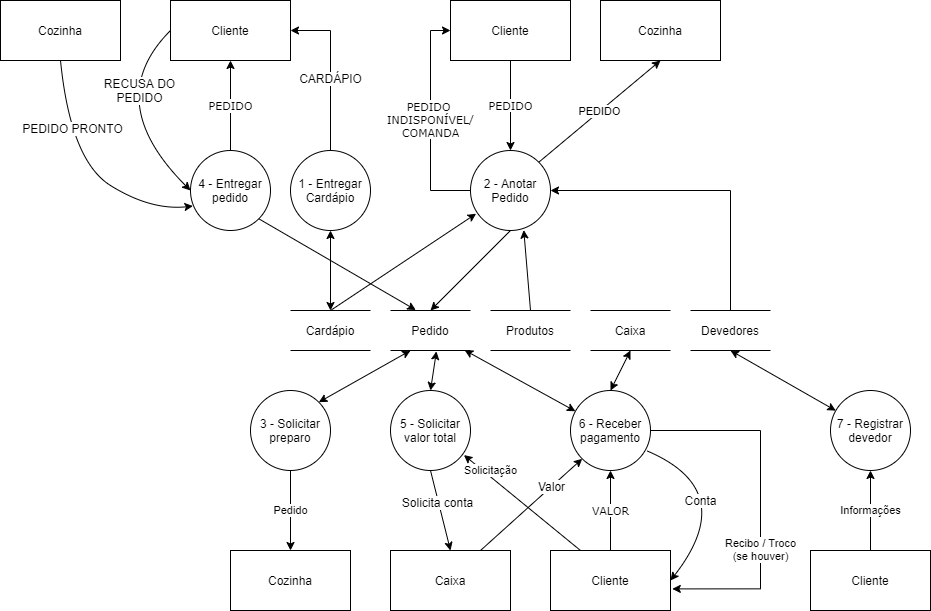
Above: docs/ARTEFATOS(15-23)/ATENDER_CLIENTE/DFD_ATENDER_CLIENTE.png in Darienzo08/ope_ads (draw.io), before the change. Source tidied: cells renumbered, new cells last; positions are measured from the earlier drawing's top-left corner, leaving out a move shared by most shapes.
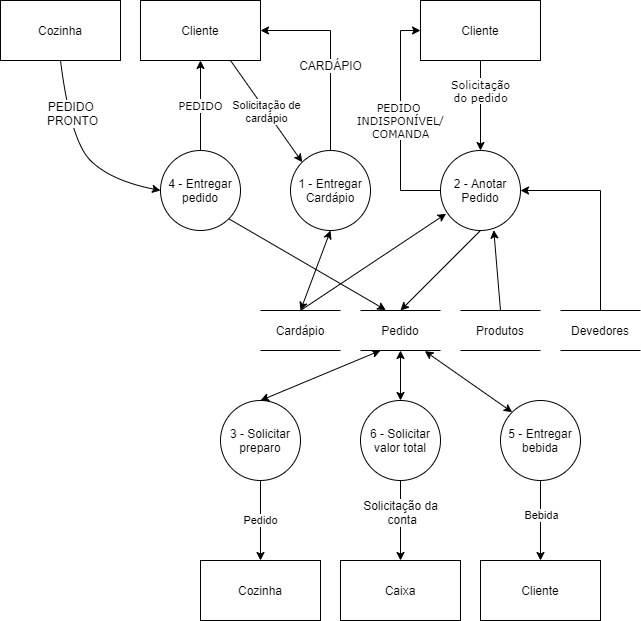
Later version of the same file.

The edit, as a diff of the source:
```diff
@@ -2,217 +2,150 @@
   <root>
     <mxCell id="0" />
     <mxCell id="1" parent="0" />
-    <mxCell id="2" style="edgeStyle=orthogonalEdgeStyle;rounded=0;jettySize=auto;html=1;entryX=0.5;entryY=1;entryDx=0;entryDy=0;startArrow=classic;startFill=1;" parent="1" edge="1" target="22">
-      <mxGeometry relative="1" as="geometry">
-        <mxPoint x="330" y="310" as="sourcePoint" />
-      </mxGeometry>
-    </mxCell>
-    <mxCell id="3" value="PEDIDO" style="edgeStyle=orthogonalEdgeStyle;rounded=0;jettySize=auto;html=1;entryX=0.5;entryY=0;entryDx=0;entryDy=0;fontFamily=Verdana;" parent="1" edge="1" source="4" target="6">
-      <mxGeometry relative="1" as="geometry" />
+    <mxCell id="3" value="Solicitação&lt;br&gt;do pedido" style="edgeStyle=orthogonalEdgeStyle;rounded=0;jettySize=auto;html=1;entryX=0.5;entryY=0;entryDx=0;entryDy=0;fontFamily=Verdana;" parent="1" edge="1" source="4" target="6">
+      <mxGeometry x="-0.33" relative="1" as="geometry" />
     </mxCell>
     <mxCell id="4" value="Cliente" style="rounded=0;whiteSpace=wrap;html=1;" parent="1" vertex="1">
-      <mxGeometry x="450" width="120" height="60" as="geometry" />
+      <mxGeometry x="440" width="120" height="60" as="geometry" />
     </mxCell>
     <mxCell id="5" value="&lt;div&gt;PEDIDO &lt;br&gt;&lt;/div&gt;&lt;div&gt;INDISPONÍVEL/&lt;/div&gt;&lt;div&gt;COMANDA&lt;br&gt;&lt;/div&gt;" style="edgeStyle=orthogonalEdgeStyle;rounded=0;jettySize=auto;html=1;entryX=0;entryY=0.5;entryDx=0;entryDy=0;fontColor=#000000;fontFamily=Verdana;" parent="1" edge="1" source="6" target="4">
       <mxGeometry relative="1" as="geometry">
         <Array as="points">
-          <mxPoint x="430" y="190" />
-          <mxPoint x="430" y="30" />
+          <mxPoint x="420" y="190" />
+          <mxPoint x="420" y="30" />
         </Array>
       </mxGeometry>
     </mxCell>
     <mxCell id="6" value="2 - Anotar Pedido" style="ellipse;whiteSpace=wrap;html=1;" parent="1" vertex="1">
-      <mxGeometry x="470" y="150" width="80" height="80" as="geometry" />
+      <mxGeometry x="460" y="150" width="80" height="80" as="geometry" />
     </mxCell>
     <mxCell id="7" style="endArrow=classic;html=1;entryX=0.07;entryY=0.79;entryDx=0;entryDy=0;entryPerimeter=0;" parent="1" edge="1" target="6">
       <mxGeometry relative="1" as="geometry">
-        <mxPoint x="330" y="310" as="sourcePoint" />
+        <mxPoint x="320" y="310" as="sourcePoint" />
       </mxGeometry>
     </mxCell>
     <mxCell id="8" value="&lt;font face=&quot;Verdana&quot;&gt;PEDIDO&lt;/font&gt;" style="edgeStyle=orthogonalEdgeStyle;rounded=0;jettySize=auto;html=1;entryX=0.5;entryY=1;entryDx=0;entryDy=0;" parent="1" edge="1" source="9" target="10">
       <mxGeometry relative="1" as="geometry" />
     </mxCell>
     <mxCell id="9" value="4 - Entregar pedido" style="ellipse;whiteSpace=wrap;html=1;" parent="1" vertex="1">
-      <mxGeometry x="190" y="150" width="80" height="80" as="geometry" />
+      <mxGeometry x="180" y="150" width="80" height="80" as="geometry" />
     </mxCell>
     <mxCell id="10" value="Cliente" style="rounded=0;whiteSpace=wrap;html=1;" parent="1" vertex="1">
-      <mxGeometry x="170" width="120" height="60" as="geometry" />
+      <mxGeometry x="160" width="120" height="60" as="geometry" />
     </mxCell>
-    <mxCell id="11" value="VALOR" style="edgeStyle=orthogonalEdgeStyle;rounded=0;jettySize=auto;html=1;entryX=0.5;entryY=1;entryDx=0;entryDy=0;fontFamily=Verdana;" parent="1" edge="1" source="12" target="14">
-      <mxGeometry relative="1" as="geometry" />
-    </mxCell>
-    <mxCell id="12" value="Cliente" style="rounded=0;whiteSpace=wrap;html=1;" parent="1" vertex="1">
-      <mxGeometry x="550" y="550" width="120" height="60" as="geometry" />
-    </mxCell>
-    <mxCell id="13" value="Recibo / Troco&lt;br&gt;(se houver)" style="edgeStyle=orthogonalEdgeStyle;rounded=0;jettySize=auto;html=1;entryX=1.015;entryY=0.64;entryDx=0;entryDy=0;entryPerimeter=0;" parent="1" edge="1" source="14" target="12">
-      <mxGeometry x="0.29" relative="1" as="geometry">
-        <Array as="points">
-          <mxPoint x="760" y="430" />
-          <mxPoint x="760" y="588" />
-        </Array>
-      </mxGeometry>
-    </mxCell>
-    <mxCell id="14" value="&lt;div&gt;6 - Receber&lt;/div&gt;&lt;div&gt;pagamento&lt;br&gt;&lt;/div&gt;" style="ellipse;whiteSpace=wrap;html=1;" parent="1" vertex="1">
-      <mxGeometry x="570" y="390" width="80" height="80" as="geometry" />
-    </mxCell>
-    <mxCell id="15" style="endArrow=classic;html=1;exitX=0.926;exitY=0.991;exitDx=0;exitDy=0;exitPerimeter=0;startArrow=classic;startFill=1;" parent="1" edge="1" target="14">
-      <mxGeometry relative="1" as="geometry">
-        <mxPoint x="464.1" y="349.6" as="sourcePoint" />
-      </mxGeometry>
-    </mxCell>
     <mxCell id="16" style="endArrow=classic;html=1;fontFamily=Verdana;fontColor=#000000;exitX=0.5;exitY=1;exitDx=0;exitDy=0;entryX=0.5;entryY=0;entryDx=0;entryDy=0;" parent="1" edge="1" source="6">
       <mxGeometry relative="1" as="geometry">
-        <mxPoint x="430" y="310" as="targetPoint" />
+        <mxPoint x="420" y="310" as="targetPoint" />
       </mxGeometry>
     </mxCell>
     <mxCell id="17" style="endArrow=classic;html=1;fontFamily=Verdana;fontColor=#000000;entryX=0.666;entryY=0.995;entryDx=0;entryDy=0;entryPerimeter=0;" parent="1" edge="1" target="6">
       <mxGeometry relative="1" as="geometry">
-        <mxPoint x="530" y="310" as="sourcePoint" />
+        <mxPoint x="520" y="310" as="sourcePoint" />
       </mxGeometry>
     </mxCell>
-    <mxCell id="18" style="edgeStyle=orthogonalEdgeStyle;rounded=0;jettySize=auto;html=1;entryX=1;entryY=0.5;entryDx=0;entryDy=0;" parent="1" edge="1" target="6">
+    <mxCell id="18" style="edgeStyle=orthogonalEdgeStyle;rounded=0;jettySize=auto;html=1;entryX=1;entryY=0.5;entryDx=0;entryDy=0;exitX=0.5;exitY=0;exitDx=0;exitDy=0;" parent="1" edge="1" source="54" target="6">
       <mxGeometry relative="1" as="geometry">
-        <mxPoint x="730" y="310" as="sourcePoint" />
         <Array as="points">
-          <mxPoint x="730" y="190" />
+          <mxPoint x="620" y="190" />
         </Array>
       </mxGeometry>
     </mxCell>
-    <mxCell id="19" style="endArrow=classic;html=1;exitX=0.5;exitY=0;exitDx=0;exitDy=0;startArrow=classic;startFill=1;" parent="1" edge="1" source="14">
-      <mxGeometry relative="1" as="geometry">
-        <mxPoint x="630" y="350" as="targetPoint" />
-      </mxGeometry>
-    </mxCell>
     <mxCell id="20" style="edgeStyle=orthogonalEdgeStyle;rounded=0;jettySize=auto;html=1;entryX=1;entryY=0.5;entryDx=0;entryDy=0;" parent="1" edge="1" source="22" target="10">
-      <mxGeometry relative="1" as="geometry" />
+      <mxGeometry relative="1" as="geometry">
+        <Array as="points">
+          <mxPoint x="350" y="30" />
+        </Array>
+      </mxGeometry>
     </mxCell>
     <mxCell id="21" value="CARDÁPIO" style="text;html=1;align=center;verticalAlign=middle;labelBackgroundColor=#ffffff;" parent="20" vertex="1">
       <mxGeometry x="-0.09" y="1" relative="1" as="geometry" />
     </mxCell>
     <mxCell id="22" value="1 - Entregar&lt;br&gt;Cardápio" style="ellipse;whiteSpace=wrap;html=1;" parent="1" vertex="1">
-      <mxGeometry x="290" y="150" width="80" height="80" as="geometry" />
+      <mxGeometry x="310" y="150" width="80" height="80" as="geometry" />
     </mxCell>
-    <mxCell id="23" value="Cozinha" style="rounded=0;whiteSpace=wrap;html=1;" parent="1" vertex="1">
-      <mxGeometry x="600" width="120" height="60" as="geometry" />
-    </mxCell>
-    <mxCell id="24" value="PEDIDO" style="endArrow=classic;html=1;entryX=0.5;entryY=1;entryDx=0;entryDy=0;exitX=1;exitY=0;exitDx=0;exitDy=0;" parent="1" edge="1" source="6" target="23">
-      <mxGeometry relative="1" as="geometry" />
-    </mxCell>
-    <mxCell id="25" style="curved=1;endArrow=classic;html=1;exitX=0;exitY=0.5;exitDx=0;exitDy=0;entryX=0;entryY=0.5;entryDx=0;entryDy=0;" parent="1" edge="1" source="10" target="9">
-      <mxGeometry relative="1" as="geometry">
-        <Array as="points">
-          <mxPoint x="100" y="100" />
-        </Array>
-      </mxGeometry>
-    </mxCell>
-    <mxCell id="26" value="RECUSA DO&lt;br&gt;PEDIDO" style="text;html=1;align=center;verticalAlign=middle;labelBackgroundColor=#ffffff;" parent="25" vertex="1">
-      <mxGeometry x="-0.42" y="20" relative="1" as="geometry" />
-    </mxCell>
     <mxCell id="27" value="Cozinha" style="rounded=0;whiteSpace=wrap;html=1;" parent="1" vertex="1">
-      <mxGeometry width="120" height="60" as="geometry" />
+      <mxGeometry x="20" width="120" height="60" as="geometry" />
     </mxCell>
-    <mxCell id="28" style="curved=1;endArrow=classic;html=1;exitX=0.5;exitY=1;exitDx=0;exitDy=0;entryX=0.03;entryY=0.695;entryDx=0;entryDy=0;entryPerimeter=0;" parent="1" edge="1" source="27" target="9">
+    <mxCell id="28" style="curved=1;endArrow=classic;html=1;exitX=0.5;exitY=1;exitDx=0;exitDy=0;entryX=0;entryY=0.5;entryDx=0;entryDy=0;" parent="1" edge="1" source="27" target="9">
       <mxGeometry relative="1" as="geometry">
         <Array as="points">
-          <mxPoint x="70" y="160" />
-          <mxPoint x="150" y="210" />
+          <mxPoint x="90" y="140" />
+          <mxPoint x="130" y="180" />
         </Array>
       </mxGeometry>
     </mxCell>
-    <mxCell id="29" value="PEDIDO PRONTO" style="text;html=1;align=center;verticalAlign=middle;labelBackgroundColor=#ffffff;" parent="28" vertex="1">
+    <mxCell id="29" value="PEDIDO &lt;br&gt;PRONTO" style="text;html=1;align=center;verticalAlign=middle;labelBackgroundColor=#ffffff;" parent="28" vertex="1">
       <mxGeometry x="-0.43" y="5" relative="1" as="geometry" />
     </mxCell>
     <mxCell id="30" style="endArrow=classic;html=1;entryX=0.316;entryY=-0.012;entryDx=0;entryDy=0;entryPerimeter=0;exitX=1;exitY=1;exitDx=0;exitDy=0;" parent="1" edge="1" source="9">
       <mxGeometry relative="1" as="geometry">
-        <mxPoint x="415.3" y="309.5" as="targetPoint" />
+        <mxPoint x="405.3" y="309.5" as="targetPoint" />
       </mxGeometry>
     </mxCell>
     <mxCell id="31" value="Pedido" style="edgeStyle=orthogonalEdgeStyle;rounded=0;jettySize=auto;html=1;entryX=0.5;entryY=0;entryDx=0;entryDy=0;" parent="1" edge="1" source="32" target="34">
       <mxGeometry relative="1" as="geometry" />
     </mxCell>
     <mxCell id="32" value="3 - Solicitar&lt;br&gt;preparo" style="ellipse;whiteSpace=wrap;html=1;" parent="1" vertex="1">
-      <mxGeometry x="250" y="390" width="80" height="80" as="geometry" />
+      <mxGeometry x="240" y="400" width="80" height="80" as="geometry" />
     </mxCell>
-    <mxCell id="33" style="endArrow=classic;startArrow=classic;html=1;exitX=1;exitY=0;exitDx=0;exitDy=0;" parent="1" edge="1" source="32">
+    <mxCell id="33" style="endArrow=classic;startArrow=classic;html=1;exitX=0.5;exitY=0;exitDx=0;exitDy=0;" parent="1" edge="1" source="32">
       <mxGeometry relative="1" as="geometry">
-        <mxPoint x="410" y="350" as="targetPoint" />
+        <mxPoint x="400" y="350" as="targetPoint" />
       </mxGeometry>
     </mxCell>
     <mxCell id="34" value="Cozinha" style="rounded=0;whiteSpace=wrap;html=1;" parent="1" vertex="1">
-      <mxGeometry x="230" y="550" width="120" height="60" as="geometry" />
+      <mxGeometry x="220" y="560" width="120" height="60" as="geometry" />
     </mxCell>
-    <mxCell id="35" value="5 - Solicitar&lt;br&gt;valor total" style="ellipse;whiteSpace=wrap;html=1;" parent="1" vertex="1">
-      <mxGeometry x="390" y="390" width="80" height="80" as="geometry" />
+    <mxCell id="35" value="6 - Solicitar&lt;br&gt;valor total" style="ellipse;whiteSpace=wrap;html=1;" parent="1" vertex="1">
+      <mxGeometry x="380" y="400" width="80" height="80" as="geometry" />
     </mxCell>
-    <mxCell id="36" style="endArrow=classic;startArrow=classic;html=1;entryX=0.574;entryY=1.022;entryDx=0;entryDy=0;entryPerimeter=0;exitX=0.5;exitY=0;exitDx=0;exitDy=0;" parent="1" edge="1" source="35">
-      <mxGeometry relative="1" as="geometry">
-        <mxPoint x="435.9" y="350.9" as="targetPoint" />
-      </mxGeometry>
+    <mxCell id="36" style="endArrow=classic;startArrow=classic;html=1;entryX=0.5;entryY=1;entryDx=0;entryDy=0;exitX=0.5;exitY=0;exitDx=0;exitDy=0;" parent="1" edge="1" source="35" target="47">
+      <mxGeometry relative="1" as="geometry" />
     </mxCell>
-    <mxCell id="37" style="curved=1;endArrow=classic;html=1;exitX=0.954;exitY=0.754;exitDx=0;exitDy=0;entryX=1;entryY=0.5;entryDx=0;entryDy=0;exitPerimeter=0;" parent="1" edge="1" source="14" target="12">
-      <mxGeometry relative="1" as="geometry">
-        <Array as="points">
-          <mxPoint x="740" y="490" />
-        </Array>
-      </mxGeometry>
-    </mxCell>
-    <mxCell id="38" value="Conta" style="text;html=1;align=center;verticalAlign=middle;labelBackgroundColor=#ffffff;" parent="37" vertex="1">
-      <mxGeometry x="-0.38" y="23" relative="1" as="geometry">
-        <mxPoint x="-16.2" y="45" as="offset" />
-      </mxGeometry>
-    </mxCell>
     <mxCell id="39" value="Caixa" style="rounded=0;whiteSpace=wrap;html=1;" parent="1" vertex="1">
-      <mxGeometry x="390" y="550" width="120" height="60" as="geometry" />
+      <mxGeometry x="360" y="560" width="120" height="60" as="geometry" />
     </mxCell>
-    <mxCell id="40" value="Solicitação" style="endArrow=classic;html=1;exitX=0.25;exitY=0;exitDx=0;exitDy=0;entryX=0.918;entryY=0.807;entryDx=0;entryDy=0;entryPerimeter=0;" parent="1" edge="1" source="12" target="35">
-      <mxGeometry x="0.6" y="-5" relative="1" as="geometry" />
-    </mxCell>
     <mxCell id="41" style="endArrow=classic;html=1;exitX=0.5;exitY=1;exitDx=0;exitDy=0;entryX=0.5;entryY=0;entryDx=0;entryDy=0;" parent="1" edge="1" source="35" target="39">
       <mxGeometry relative="1" as="geometry" />
     </mxCell>
-    <mxCell id="42" value="Solicita conta" style="text;html=1;align=center;verticalAlign=middle;labelBackgroundColor=#ffffff;" parent="41" vertex="1">
+    <mxCell id="42" value="Solicitação da&lt;br&gt;&amp;nbsp;conta" style="text;html=1;align=center;verticalAlign=middle;labelBackgroundColor=#ffffff;" parent="41" vertex="1">
       <mxGeometry x="-0.23" y="-1" relative="1" as="geometry" />
     </mxCell>
-    <mxCell id="43" style="endArrow=classic;html=1;entryX=0;entryY=1;entryDx=0;entryDy=0;" parent="1" edge="1" target="14">
-      <mxGeometry relative="1" as="geometry">
-        <mxPoint x="480" y="550" as="sourcePoint" />
-      </mxGeometry>
-    </mxCell>
-    <mxCell id="44" value="Valor" style="text;html=1;align=center;verticalAlign=middle;labelBackgroundColor=#ffffff;" parent="43" vertex="1">
-      <mxGeometry x="0.38" y="1" relative="1" as="geometry" />
-    </mxCell>
-    <mxCell id="45" value="Caixa" style="shape=partialRectangle;whiteSpace=wrap;html=1;left=0;right=0;fillColor=none;" parent="1" vertex="1">
-      <mxGeometry x="590" y="310" width="80" height="40" as="geometry" />
-    </mxCell>
     <mxCell id="46" value="Produtos" style="shape=partialRectangle;whiteSpace=wrap;html=1;left=0;right=0;fillColor=none;" parent="1" vertex="1">
-      <mxGeometry x="490" y="310" width="80" height="40" as="geometry" />
+      <mxGeometry x="480" y="310" width="80" height="40" as="geometry" />
     </mxCell>
     <mxCell id="47" value="Pedido" style="shape=partialRectangle;whiteSpace=wrap;html=1;left=0;right=0;fillColor=none;" parent="1" vertex="1">
-      <mxGeometry x="390" y="310" width="80" height="40" as="geometry" />
+      <mxGeometry x="380" y="310" width="80" height="40" as="geometry" />
     </mxCell>
     <mxCell id="48" value="Cardápio" style="shape=partialRectangle;whiteSpace=wrap;html=1;left=0;right=0;fillColor=none;" parent="1" vertex="1">
-      <mxGeometry x="290" y="310" width="80" height="40" as="geometry" />
+      <mxGeometry x="280" y="310" width="80" height="40" as="geometry" />
     </mxCell>
-    <mxCell id="49" value="Cozinha" style="rounded=0;whiteSpace=wrap;html=1;" parent="1" vertex="1">
-      <mxGeometry x="600" width="120" height="60" as="geometry" />
-    </mxCell>
     <mxCell id="50" value="Caixa" style="rounded=0;whiteSpace=wrap;html=1;" parent="1" vertex="1">
-      <mxGeometry x="390" y="550" width="120" height="60" as="geometry" />
+      <mxGeometry x="360" y="560" width="120" height="60" as="geometry" />
     </mxCell>
-    <mxCell id="51" value="Informações" style="edgeStyle=orthogonalEdgeStyle;rounded=0;jettySize=auto;html=1;entryX=0.5;entryY=1;entryDx=0;entryDy=0;fontFamily=Helvetica;" parent="1" edge="1" source="52" target="53">
-      <mxGeometry relative="1" as="geometry" />
-    </mxCell>
-    <mxCell id="52" value="Cliente" style="rounded=0;whiteSpace=wrap;html=1;" parent="1" vertex="1">
-      <mxGeometry x="810" y="550" width="120" height="60" as="geometry" />
-    </mxCell>
-    <mxCell id="53" value="&lt;div&gt;7 - Registrar devedor&lt;/div&gt;" style="ellipse;whiteSpace=wrap;html=1;" parent="1" vertex="1">
-      <mxGeometry x="830" y="390" width="80" height="80" as="geometry" />
-    </mxCell>
     <mxCell id="54" value="Devedores" style="shape=partialRectangle;whiteSpace=wrap;html=1;left=0;right=0;fillColor=none;" parent="1" vertex="1">
-      <mxGeometry x="690" y="310" width="80" height="40" as="geometry" />
+      <mxGeometry x="580" y="310" width="80" height="40" as="geometry" />
     </mxCell>
-    <mxCell id="55" style="endArrow=classic;startArrow=classic;html=1;fontFamily=Helvetica;exitX=0.5;exitY=1;exitDx=0;exitDy=0;" parent="1" edge="1" source="54" target="53">
-      <mxGeometry relative="1" as="geometry" />
-    </mxCell>
+    <mxCell id="56" value="Solicitação de&lt;br&gt;cardápio" style="endArrow=classic;html=1;exitX=0.75;exitY=1;exitDx=0;exitDy=0;entryX=0;entryY=0;entryDx=0;entryDy=0;" parent="1" edge="1" source="10" target="22">
+      <mxGeometry relative="1" as="geometry" />
+    </mxCell>
+    <mxCell id="57" style="endArrow=classic;startArrow=classic;html=1;entryX=0.5;entryY=1;entryDx=0;entryDy=0;exitX=0.5;exitY=0;exitDx=0;exitDy=0;" parent="1" edge="1" source="48" target="22">
+      <mxGeometry relative="1" as="geometry" />
+    </mxCell>
+    <mxCell id="58" style="edgeStyle=orthogonalEdgeStyle;rounded=0;jettySize=auto;html=1;entryX=0.5;entryY=0;entryDx=0;entryDy=0;" parent="1" edge="1" source="60" target="61">
+      <mxGeometry relative="1" as="geometry" />
+    </mxCell>
+    <mxCell id="59" value="Bebida" style="edgeLabel;html=1;align=center;verticalAlign=middle;" parent="58" vertex="1">
+      <mxGeometry x="-0.15" relative="1" as="geometry" />
+    </mxCell>
+    <mxCell id="60" value="5 - Entregar&lt;br&gt;bebida" style="ellipse;whiteSpace=wrap;html=1;" parent="1" vertex="1">
+      <mxGeometry x="520" y="400" width="80" height="80" as="geometry" />
+    </mxCell>
+    <mxCell id="61" value="Cliente" style="rounded=0;whiteSpace=wrap;html=1;" parent="1" vertex="1">
+      <mxGeometry x="500" y="560" width="120" height="60" as="geometry" />
+    </mxCell>
+    <mxCell id="62" style="endArrow=classic;startArrow=classic;html=1;exitX=0.804;exitY=1.014;exitDx=0;exitDy=0;exitPerimeter=0;entryX=0;entryY=0;entryDx=0;entryDy=0;" parent="1" edge="1" source="47" target="60">
+      <mxGeometry relative="1" as="geometry" />
+    </mxCell>
   </root>
 </mxGraphModel>
```
